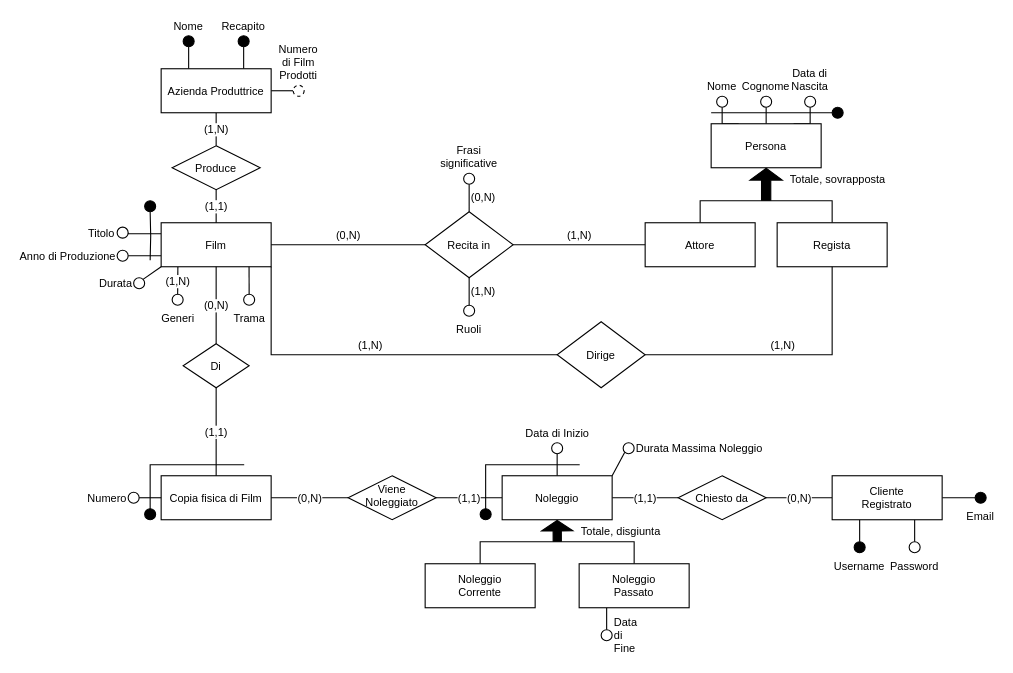
Above: page "ER" (2 of 3) of ER.drawio in lazylace37/uni_basi_di_dati_lab (draw.io), before the change. Source tidied: cells renumbered, new cells numbered last; positions are measured from the earlier drawing's top-left corner, leaving out a move shared by most shapes. Both pictures are drawn from the tidied source at 110%, with x=0, y=0 at pixel (117, 35).
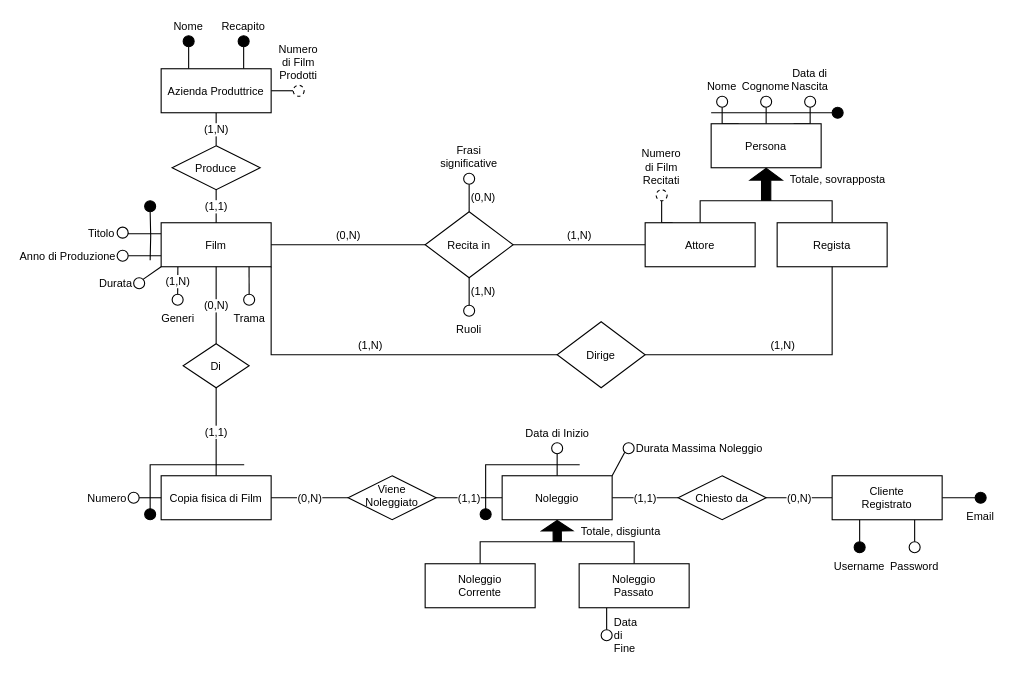
The same diagram, later.

The change refers to these unchanged cells:
```xml
<mxCell id="7" value="Attore" style="whiteSpace=wrap;html=1;align=center;fontSize=10;" parent="1" vertex="1">
  <mxGeometry x="480" y="170" width="100" height="40" as="geometry" />
</mxCell>
```

Diff of the diagram source:
```diff
@@
+    <mxCell id="82" style="edgeStyle=orthogonalEdgeStyle;rounded=0;jettySize=auto;html=1;exitX=0.25;exitY=0;exitDx=0;exitDy=0;entryX=0.5;entryY=1;entryDx=0;entryDy=0;endArrow=none;endFill=0;" parent="1" edge="1" source="7" target="83">
+      <mxGeometry relative="1" as="geometry" />
+    </mxCell>
@@
+    <mxCell id="83" value="Numero di Film Recitati" style="ellipse;whiteSpace=wrap;html=1;align=center;labelPosition=center;verticalLabelPosition=top;verticalAlign=bottom;fillColor=default;dashed=1;fontSize=10;" parent="1" vertex="1">
+      <mxGeometry x="490" y="140" width="10" height="10" as="geometry" />
+    </mxCell>
```
